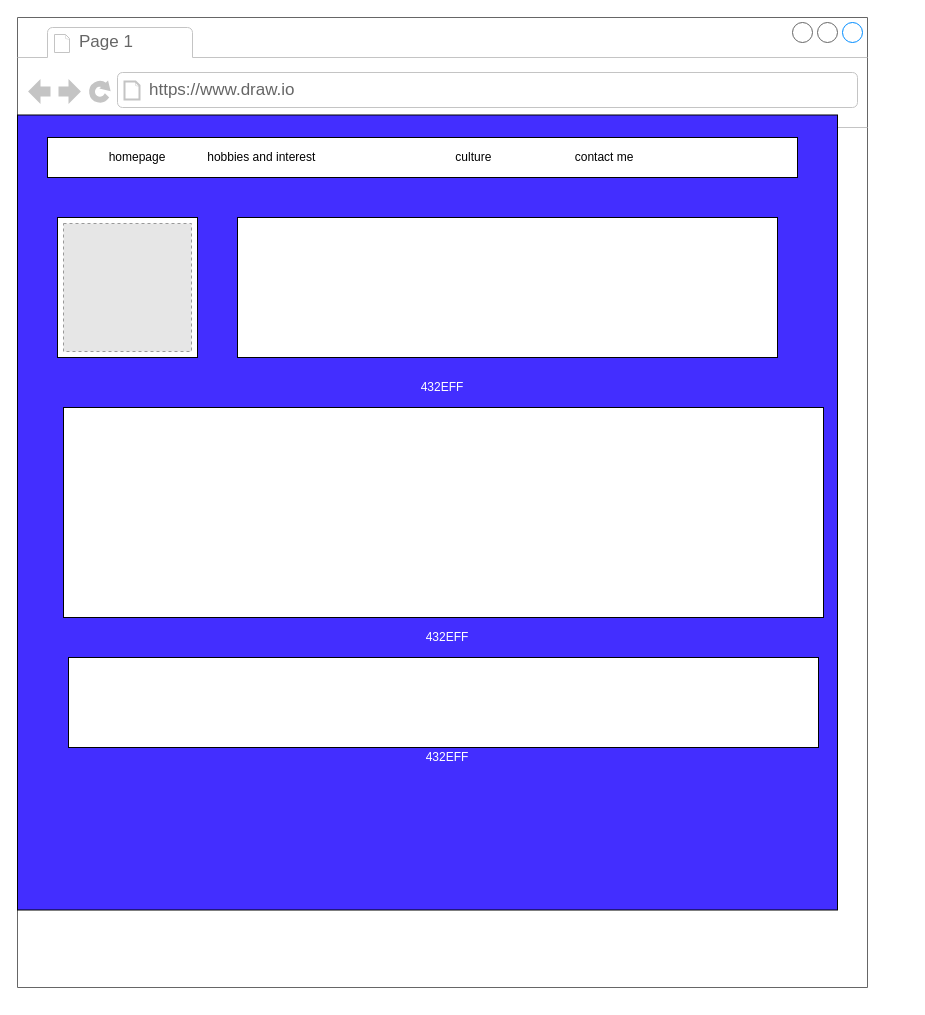
ASDAH-Digtal/91880-91884-Johnnysins808 keeps this draw.io diagram as page "Page-1" (1 of 3) of layout.drawio. Above is the earlier version. Source tidied: cells renumbered, new cells numbered last; positions are measured from the earlier drawing's top-left corner, leaving out a move shared by most shapes. Both pictures are drawn from the tidied source at 100%, with x=0, y=0 at pixel (17, 17). Pictures stored in the file or linked from it are replaced by grey dashed boxes.
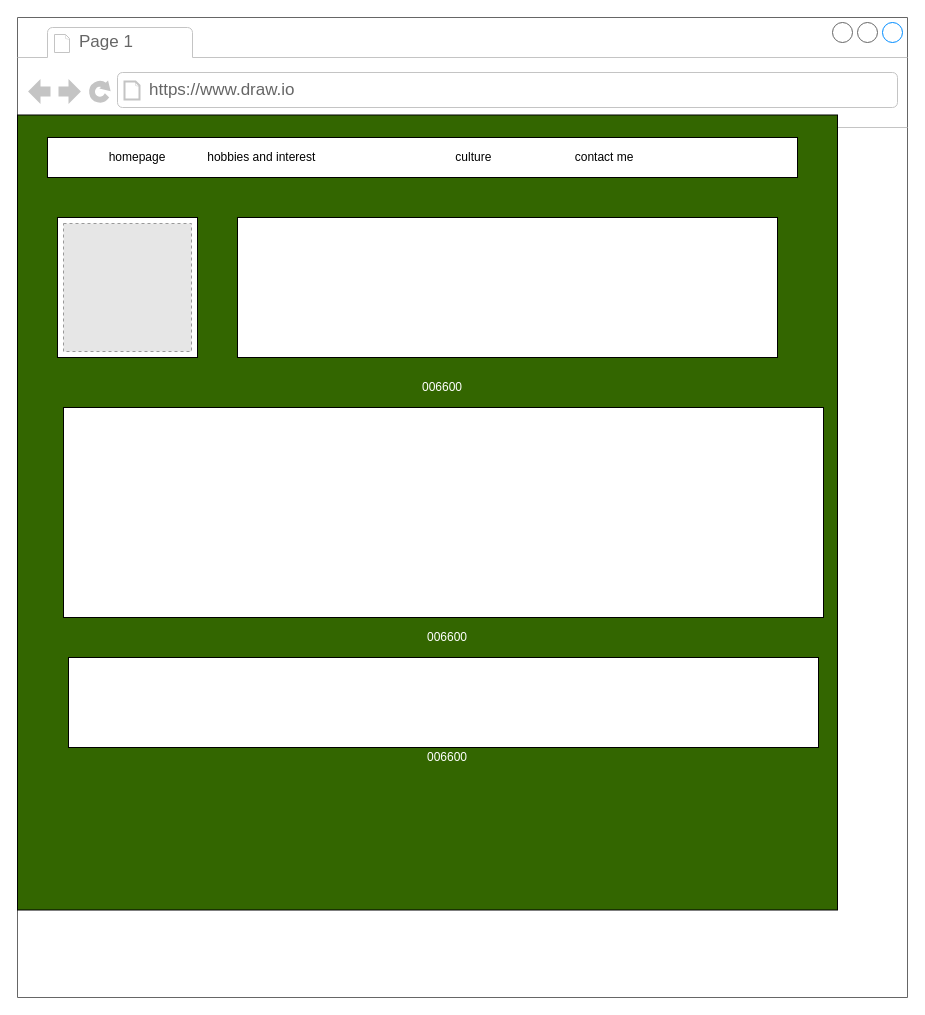
Above is the later version.

What changed in the source:
```diff
@@
 <mxGraphModel>
   <root>
     <mxCell id="0" />
     <mxCell id="1" parent="0" />
     <mxCell id="2" style="strokeWidth=1;shadow=0;dashed=0;align=center;html=1;shape=mxgraph.mockup.containers.browserWindow;rSize=0;strokeColor=#666666;strokeColor2=#008cff;strokeColor3=#c4c4c4;mainText=,;" parent="1" vertex="1">
-      <mxGeometry width="850" height="970" as="geometry" />
+      <mxGeometry width="890" height="980" as="geometry" />
     </mxCell>
-    <mxCell id="3" style="rounded=0;whiteSpace=wrap;html=1;fillColor=#432EFF;" parent="2" vertex="1">
+    <mxCell id="3" style="rounded=0;whiteSpace=wrap;html=1;fillColor=#336600;" parent="2" vertex="1">
       <mxGeometry y="97.5" width="820" height="795" as="geometry" />
     </mxCell>
     <mxCell id="4" value="Page 1" style="strokeWidth=1;shadow=0;dashed=0;align=center;html=1;shape=mxgraph.mockup.containers.anchor;fontSize=17;fontColor=#666666;align=left;" parent="2" vertex="1">
       <mxGeometry x="60" y="12" width="110" height="26" as="geometry" />
     </mxCell>
     <mxCell id="5" value="https://www.draw.io" style="strokeWidth=1;shadow=0;dashed=0;align=center;html=1;shape=mxgraph.mockup.containers.anchor;rSize=0;fontSize=17;fontColor=#666666;align=left;" parent="2" vertex="1">
       <mxGeometry x="130" y="60" width="250" height="26" as="geometry" />
     </mxCell>
     <mxCell id="6" value="hobbies and interest&amp;nbsp; &amp;nbsp; &amp;nbsp; &amp;nbsp; &amp;nbsp; &amp;nbsp; &amp;nbsp; &amp;nbsp; &amp;nbsp; &amp;nbsp; &amp;nbsp; &amp;nbsp; &amp;nbsp; &amp;nbsp; &amp;nbsp; &amp;nbsp; &amp;nbsp; &amp;nbsp; &amp;nbsp; &amp;nbsp; &amp;nbsp; culture&amp;nbsp; &amp;nbsp; &amp;nbsp; &amp;nbsp; &amp;nbsp; &amp;nbsp; &amp;nbsp; &amp;nbsp; &amp;nbsp; &amp;nbsp; &amp;nbsp; &amp;nbsp; &amp;nbsp;contact me&amp;nbsp;" style="rounded=0;whiteSpace=wrap;html=1;" parent="2" vertex="1">
       <mxGeometry x="30" y="120" width="750" height="40" as="geometry" />
     </mxCell>
     <mxCell id="7" value="homepage" style="text;html=1;strokeColor=none;fillColor=none;align=center;verticalAlign=middle;whiteSpace=wrap;rounded=0;" parent="2" vertex="1">
       <mxGeometry x="60" y="135" width="120" height="10" as="geometry" />
     </mxCell>
     <mxCell id="8" style="whiteSpace=wrap;html=1;" parent="2" vertex="1">
       <mxGeometry x="40" y="200" width="140" height="140" as="geometry" />
     </mxCell>
     <mxCell id="9" style="fillColor=#E6E6E6;strokeColor=#999999;dashed=1;html=1;verticalAlign=top;verticalLabelPosition=bottom;labelBackgroundColor=#ffffff;" parent="2" vertex="1">
       <mxGeometry x="46" y="206" width="128" height="128" as="geometry" />
     </mxCell>
     <mxCell id="10" style="rounded=0;whiteSpace=wrap;html=1;" parent="2" vertex="1">
       <mxGeometry x="220" y="200" width="540" height="140" as="geometry" />
     </mxCell>
     <mxCell id="11" style="rounded=0;whiteSpace=wrap;html=1;" parent="2" vertex="1">
       <mxGeometry x="46" y="390" width="760" height="210" as="geometry" />
     </mxCell>
     <mxCell id="12" style="rounded=0;whiteSpace=wrap;html=1;" parent="2" vertex="1">
       <mxGeometry x="51" y="640" width="750" height="90" as="geometry" />
     </mxCell>
-    <mxCell id="13" value="&lt;font color=&quot;#ffffff&quot;&gt;432EFF&lt;/font&gt;" style="text;html=1;strokeColor=none;fillColor=none;align=center;verticalAlign=middle;whiteSpace=wrap;rounded=0;" parent="2" vertex="1">
+    <mxCell id="13" value="&lt;font color=&quot;#ffffff&quot;&gt;006600&lt;/font&gt;" style="text;html=1;strokeColor=none;fillColor=none;align=center;verticalAlign=middle;whiteSpace=wrap;rounded=0;" parent="2" vertex="1">
       <mxGeometry x="405" y="360" width="40" height="20" as="geometry" />
     </mxCell>
-    <mxCell id="14" value="&lt;span style=&quot;color: rgb(255 , 255 , 255)&quot;&gt;432EFF&lt;/span&gt;" style="text;html=1;strokeColor=none;fillColor=none;align=center;verticalAlign=middle;whiteSpace=wrap;rounded=0;" parent="2" vertex="1">
+    <mxCell id="14" value="&lt;font color=&quot;#ffffff&quot;&gt;006600&lt;/font&gt;" style="text;html=1;strokeColor=none;fillColor=none;align=center;verticalAlign=middle;whiteSpace=wrap;rounded=0;" parent="2" vertex="1">
       <mxGeometry x="410" y="610" width="40" height="20" as="geometry" />
     </mxCell>
-    <mxCell id="15" value="&lt;span style=&quot;color: rgb(255 , 255 , 255)&quot;&gt;432EFF&lt;/span&gt;" style="text;html=1;strokeColor=none;fillColor=none;align=center;verticalAlign=middle;whiteSpace=wrap;rounded=0;" parent="2" vertex="1">
+    <mxCell id="15" value="&lt;font color=&quot;#ffffff&quot;&gt;006600&lt;/font&gt;" style="text;html=1;strokeColor=none;fillColor=none;align=center;verticalAlign=middle;whiteSpace=wrap;rounded=0;" parent="2" vertex="1">
       <mxGeometry x="410" y="730" width="40" height="20" as="geometry" />
     </mxCell>
   </root>
 </mxGraphModel>
```
